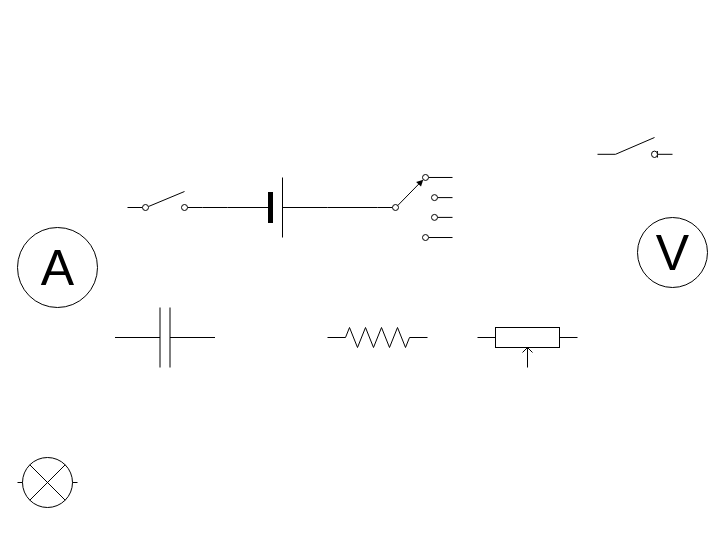
Before: lss/未命名绘图.drawio in lsss1111/Diagram01, a draw.io diagram. Source tidied: cells renumbered, new cells numbered last; positions are measured from the earlier drawing's top-left corner, leaving out a move shared by most shapes. Both pictures are drawn from the tidied source at 100%, with x=0, y=0 at pixel (17, 137).
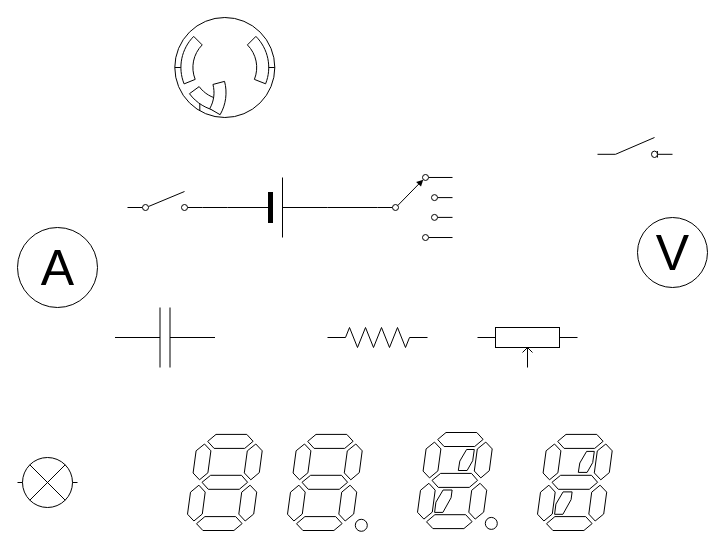
Above is the later version.

Commit message (it also covers changes not shown here):
更新未命名绘图.drawio

The edit, as a diff of the source:
```diff
@@
 <mxGraphModel>
   <root>
     <mxCell id="0" />
     <mxCell id="1" parent="0" />
     <mxCell id="2" style="edgeStyle=orthogonalEdgeStyle;rounded=0;jettySize=auto;html=1;entryX=0;entryY=0.5;entryDx=0;entryDy=0;entryPerimeter=0;endArrow=none;endFill=0;" parent="1" edge="1" source="4" target="7">
       <mxGeometry relative="1" as="geometry" />
     </mxCell>
     <mxCell id="3" style="edgeStyle=orthogonalEdgeStyle;rounded=0;jettySize=auto;html=1;entryX=1;entryY=0.8;entryDx=0;entryDy=0;endArrow=none;endFill=0;" parent="1" edge="1" source="4" target="6">
       <mxGeometry relative="1" as="geometry" />
     </mxCell>
     <mxCell id="4" style="verticalLabelPosition=bottom;shadow=0;dashed=0;align=center;fillColor=strokeColor;html=1;verticalAlign=top;strokeWidth=1;shape=mxgraph.electrical.miscellaneous.monocell_battery;" parent="1" vertex="1">
       <mxGeometry x="210" y="40" width="100" height="60" as="geometry" />
     </mxCell>
     <mxCell id="5" style="shape=mxgraph.electrical.electro-mechanical.switchDisconnector;elSwitchState=off;" parent="1" vertex="1">
       <mxGeometry x="580" width="75" height="20" as="geometry" />
     </mxCell>
     <mxCell id="6" style="shape=mxgraph.electrical.electro-mechanical.singleSwitch;elSwitchState=off;" parent="1" vertex="1">
       <mxGeometry x="110" y="54" width="75" height="20" as="geometry" />
     </mxCell>
     <mxCell id="7" style="verticalLabelPosition=bottom;shadow=0;dashed=0;align=center;html=1;verticalAlign=top;shape=mxgraph.electrical.electro-mechanical.selectorSwitch4Position2;elSwitchState=1;" parent="1" vertex="1">
       <mxGeometry x="360" y="37" width="75" height="66" as="geometry" />
     </mxCell>
     <mxCell id="8" style="verticalLabelPosition=bottom;shadow=0;dashed=0;align=center;html=1;verticalAlign=top;shape=mxgraph.electrical.capacitors.capacitor_1;" parent="1" vertex="1">
       <mxGeometry x="97.5" y="170" width="100" height="60" as="geometry" />
     </mxCell>
     <mxCell id="9" style="verticalLabelPosition=bottom;shadow=0;dashed=0;align=center;html=1;verticalAlign=top;shape=mxgraph.electrical.resistors.resistor_2;" parent="1" vertex="1">
       <mxGeometry x="310" y="190" width="100" height="20" as="geometry" />
     </mxCell>
     <mxCell id="10" style="verticalLabelPosition=bottom;shadow=0;dashed=0;align=center;html=1;verticalAlign=top;shape=mxgraph.electrical.resistors.potentiometer_1;" parent="1" vertex="1">
       <mxGeometry x="460" y="190" width="100" height="40" as="geometry" />
     </mxCell>
     <mxCell id="11" value="A" style="verticalLabelPosition=middle;shadow=0;dashed=0;align=center;html=1;verticalAlign=middle;strokeWidth=1;shape=ellipse;fontSize=50;" parent="1" vertex="1">
       <mxGeometry y="90" width="80" height="80" as="geometry" />
     </mxCell>
     <mxCell id="12" value="V" style="verticalLabelPosition=middle;shadow=0;dashed=0;align=center;html=1;verticalAlign=middle;strokeWidth=1;shape=ellipse;fontSize=50;" parent="1" vertex="1">
       <mxGeometry x="620" y="80" width="70" height="70" as="geometry" />
     </mxCell>
     <mxCell id="13" style="verticalLabelPosition=bottom;shadow=0;dashed=0;align=center;html=1;verticalAlign=top;shape=mxgraph.electrical.miscellaneous.light_bulb;" parent="1" vertex="1">
       <mxGeometry y="320" width="60" height="50" as="geometry" />
     </mxCell>
+    <mxCell id="14" style="verticalLabelPosition=bottom;shadow=0;dashed=0;align=center;html=1;verticalAlign=top;shape=mxgraph.electrical.opto_electronics.7_segment_display;" parent="1" vertex="1">
+      <mxGeometry x="170" y="296.9" width="74.7" height="96.1" as="geometry" />
+    </mxCell>
+    <mxCell id="15" style="verticalLabelPosition=bottom;shadow=0;dashed=0;align=center;html=1;verticalAlign=top;shape=mxgraph.electrical.opto_electronics.7_segment_display_with_dp;" parent="1" vertex="1">
+      <mxGeometry x="270" y="296.9" width="79.8" height="96.9" as="geometry" />
+    </mxCell>
+    <mxCell id="16" style="verticalLabelPosition=bottom;shadow=0;dashed=0;align=center;html=1;verticalAlign=top;shape=mxgraph.electrical.opto_electronics.9_segment_display;" parent="1" vertex="1">
+      <mxGeometry x="520" y="296.9" width="74.7" height="96.1" as="geometry" />
+    </mxCell>
+    <mxCell id="17" style="verticalLabelPosition=bottom;shadow=0;dashed=0;align=center;html=1;verticalAlign=top;shape=mxgraph.electrical.opto_electronics.9_segment_display_with_dp;" parent="1" vertex="1">
+      <mxGeometry x="400" y="295" width="79.8" height="96.9" as="geometry" />
+    </mxCell>
+    <mxCell id="18" style="verticalLabelPosition=bottom;shadow=0;dashed=0;align=center;html=1;verticalAlign=top;shape=mxgraph.electrical.miscellaneous.f_m_3_conductor_4;" parent="1" vertex="1">
+      <mxGeometry x="157.3" y="-120" width="100" height="100" as="geometry" />
+    </mxCell>
   </root>
 </mxGraphModel>
```
